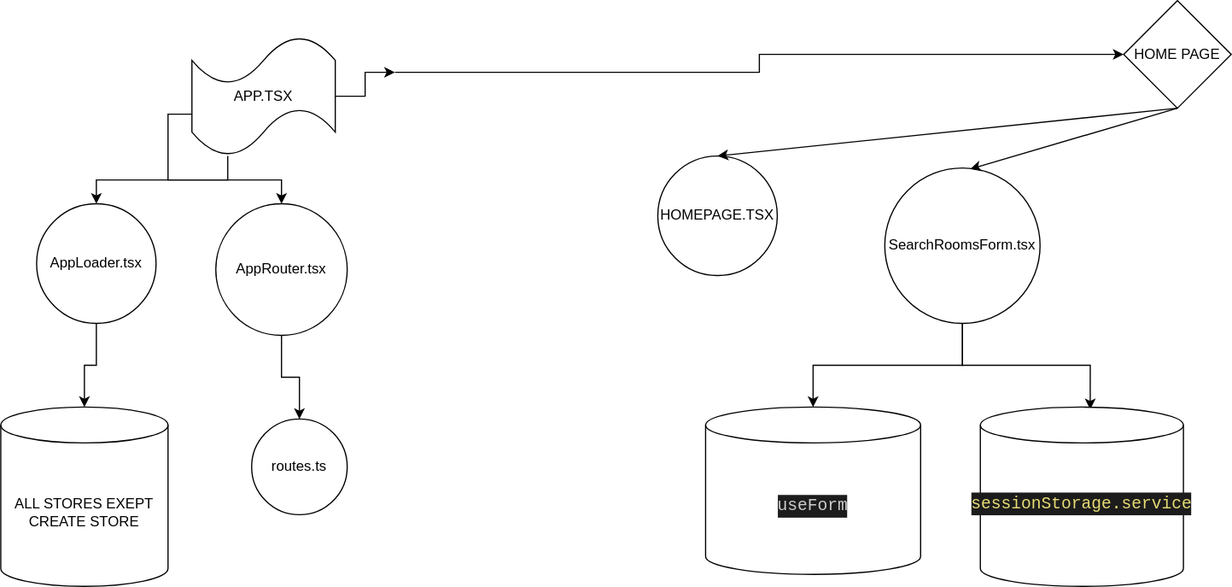
This is HOME PAGE FLOW.drawio.svg from sourisooo/BOOKING-PROJET-2, a draw.io export, as it was before one commit. Source tidied: cells renumbered, new cells last; positions are measured from the earlier drawing's top-left corner, leaving out a move shared by most shapes.
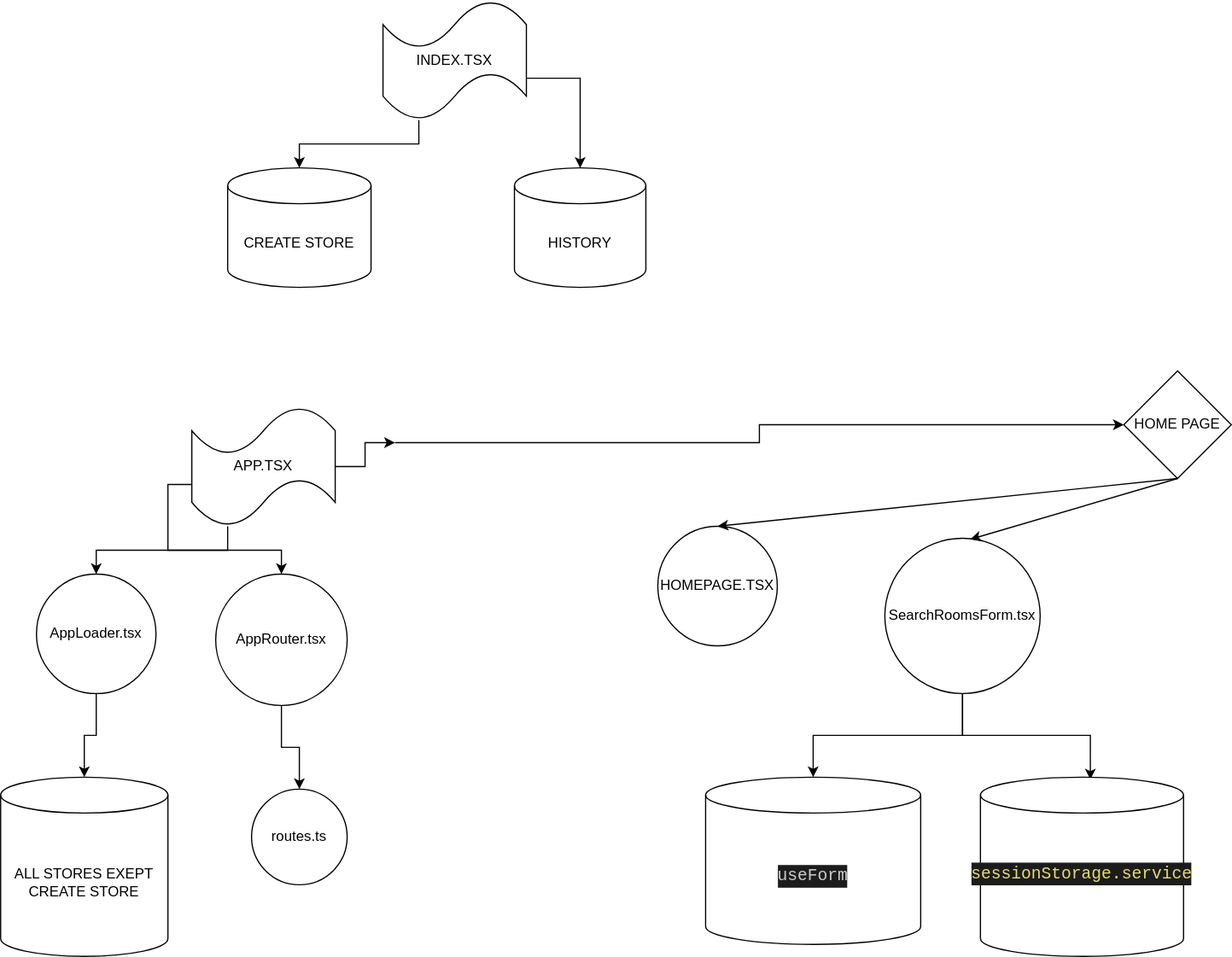
The same file after the commit.

Commit message:
Mettre à jour HOME PAGE FLOW.drawio.svg

Change to the diagram source:
```diff
@@ -66,5 +66,23 @@
     <mxCell id="21" value="routes.ts" style="ellipse;whiteSpace=wrap;html=1;" parent="1" vertex="1">
       <mxGeometry x="210" y="350" width="80" height="80" as="geometry" />
     </mxCell>
+    <mxCell id="22" style="edgeStyle=orthogonalEdgeStyle;rounded=0;jettySize=auto;html=1;exitX=0.25;exitY=1;exitDx=0;exitDy=0;exitPerimeter=0;entryX=0.5;entryY=0;entryDx=0;entryDy=0;entryPerimeter=0;" parent="1" edge="1" source="24" target="25">
+      <mxGeometry relative="1" as="geometry" />
+    </mxCell>
+    <mxCell id="23" style="edgeStyle=orthogonalEdgeStyle;rounded=0;jettySize=auto;html=1;exitX=1;exitY=0.65;exitDx=0;exitDy=0;exitPerimeter=0;entryX=0.5;entryY=0;entryDx=0;entryDy=0;entryPerimeter=0;" parent="1" edge="1" source="24" target="26">
+      <mxGeometry relative="1" as="geometry" />
+    </mxCell>
+    <mxCell id="24" value="INDEX.TSX" style="shape=tape;whiteSpace=wrap;html=1;" parent="1" vertex="1">
+      <mxGeometry x="320" y="-310" width="120" height="100" as="geometry" />
+    </mxCell>
+    <mxCell id="25" value="CREATE STORE" style="shape=cylinder3;whiteSpace=wrap;html=1;boundedLbl=1;backgroundOutline=1;size=15;" parent="1" vertex="1">
+      <mxGeometry x="190" y="-170" width="120" height="100" as="geometry" />
+    </mxCell>
+    <mxCell id="26" value="HISTORY" style="shape=cylinder3;whiteSpace=wrap;html=1;boundedLbl=1;backgroundOutline=1;size=15;" parent="1" vertex="1">
+      <mxGeometry x="430" y="-170" width="110" height="100" as="geometry" />
+    </mxCell>
+    <mxCell id="27" style="edgeStyle=orthogonalEdgeStyle;rounded=0;orthogonalLoop=1;jettySize=auto;html=1;exitX=0.5;exitY=1;exitDx=0;exitDy=0;exitPerimeter=0;" parent="1" edge="1" source="26" target="26">
+      <mxGeometry relative="1" as="geometry" />
+    </mxCell>
   </root>
 </mxGraphModel>
```
